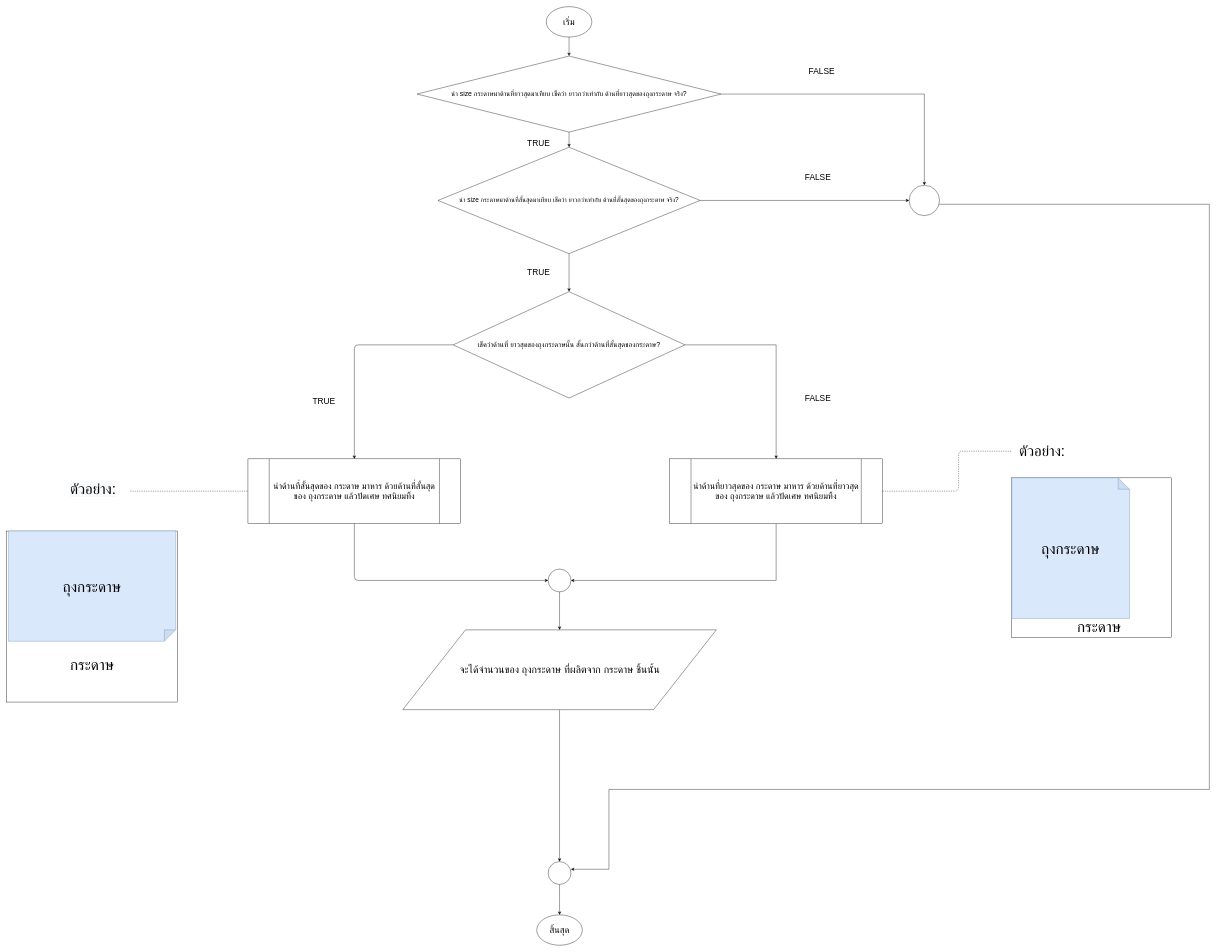
This is Calculate Paper Plus.drawio from Jessada26/Calculate-Paper-Plus, a draw.io file, before an edit. Source tidied: cells renumbered, new cells numbered last; positions are measured from the earlier drawing's top-left corner, leaving out a move shared by most shapes. Both pictures are drawn from the tidied source at 38%, with x=0, y=0 at pixel (6, 6).
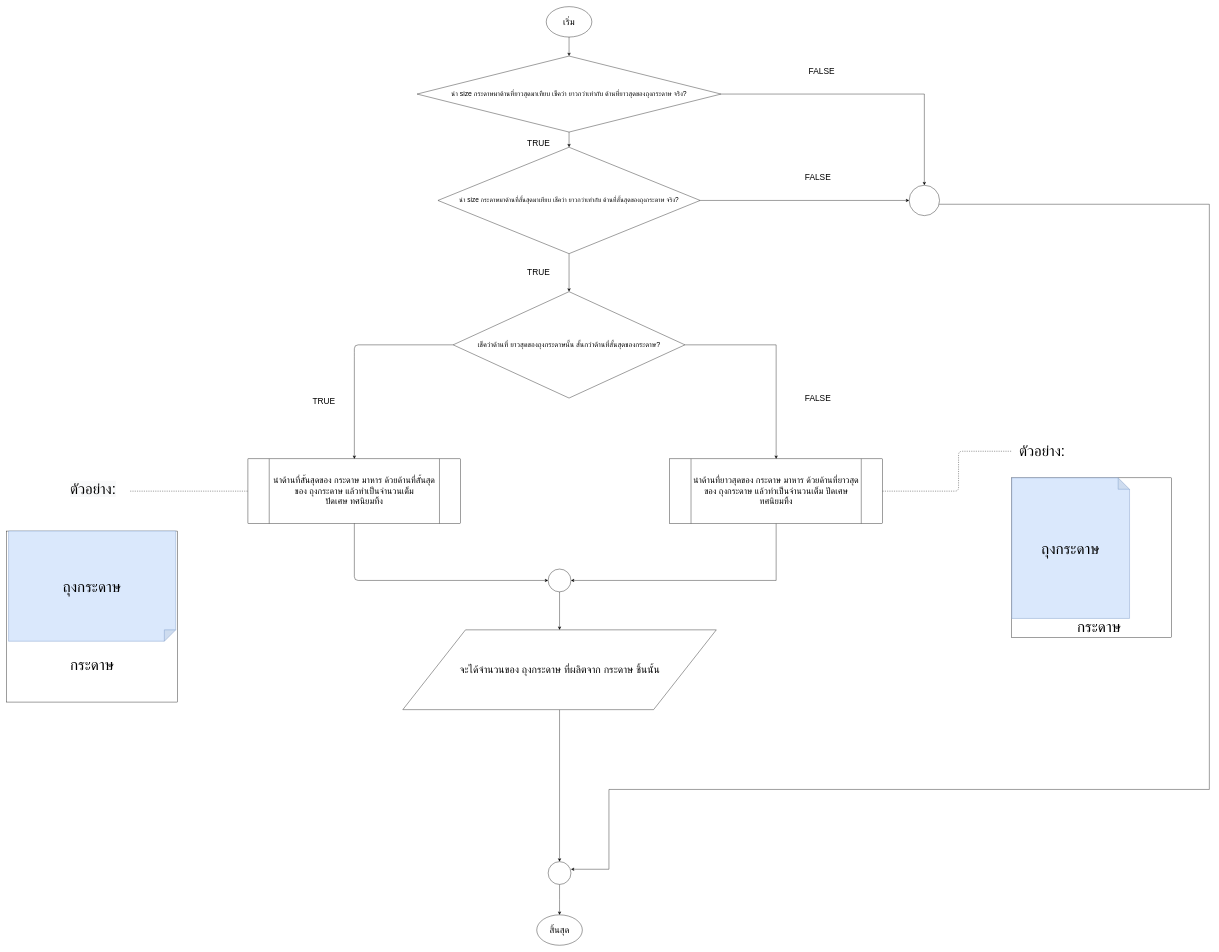
After the change.

Commit message:
Update Calculate Paper Plus.drawio add ทำเป็นจำนวนเต็ม

What changed in the source:
```diff
@@
-    <mxCell id="12" value="&lt;font style=&quot;font-size: 23px&quot;&gt;นำด้านที่สั้นสุดของ กระดาษ มาหาร ด้วยด้านที่สั้นสุดของ ถุงกระดาษ แล้วปัดเศษ ทศนิยมทิ้ง&lt;/font&gt;" style="shape=process;whiteSpace=wrap;html=1;backgroundOutline=1;" parent="1" vertex="1">
+    <mxCell id="12" value="&lt;font style=&quot;font-size: 23px&quot;&gt;นำด้านที่สั้นสุดของ กระดาษ มาหาร ด้วยด้านที่สั้นสุดของ ถุงกระดาษ แล้วทำเป็นจำนวนเต็ม&lt;br&gt;ปัดเศษ ทศนิยมทิ้ง&lt;/font&gt;" style="shape=process;whiteSpace=wrap;html=1;backgroundOutline=1;" parent="1" vertex="1">
       <mxGeometry x="635" y="1190" width="560" height="170" as="geometry" />
     </mxCell>
@@
-    <mxCell id="18" value="&lt;font style=&quot;font-size: 23px&quot;&gt;นำด้านที่ยาวสุดของ กระดาษ มาหาร ด้วยด้านที่ยาวสุดของ ถุงกระดาษ แล้วปัดเศษ ทศนิยมทิ้ง&lt;/font&gt;" style="shape=process;whiteSpace=wrap;html=1;backgroundOutline=1;" parent="1" vertex="1">
+    <mxCell id="18" value="&lt;font style=&quot;font-size: 23px&quot;&gt;นำด้านที่ยาวสุดของ กระดาษ มาหาร ด้วยด้านที่ยาวสุดของ ถุงกระดาษ แล้วทำเป็นจำนวนเต็ม ปัดเศษ ทศนิยมทิ้ง&lt;/font&gt;" style="shape=process;whiteSpace=wrap;html=1;backgroundOutline=1;" parent="1" vertex="1">
       <mxGeometry x="1745" y="1190" width="560" height="170" as="geometry" />
     </mxCell>
```
